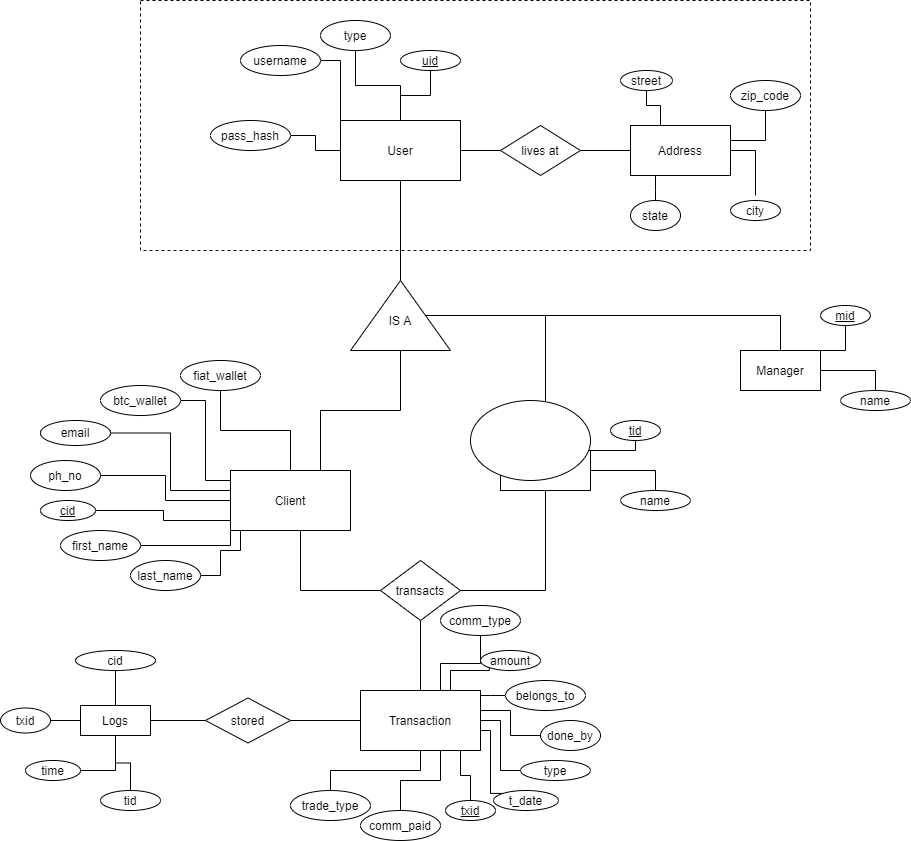
The draw.io diagram BitcoinER.drawio.png in deepgosalia1/rbts, before a commit. Source tidied: cells renumbered, new cells last; positions are measured from the earlier drawing's top-left corner, leaving out a move shared by most shapes.
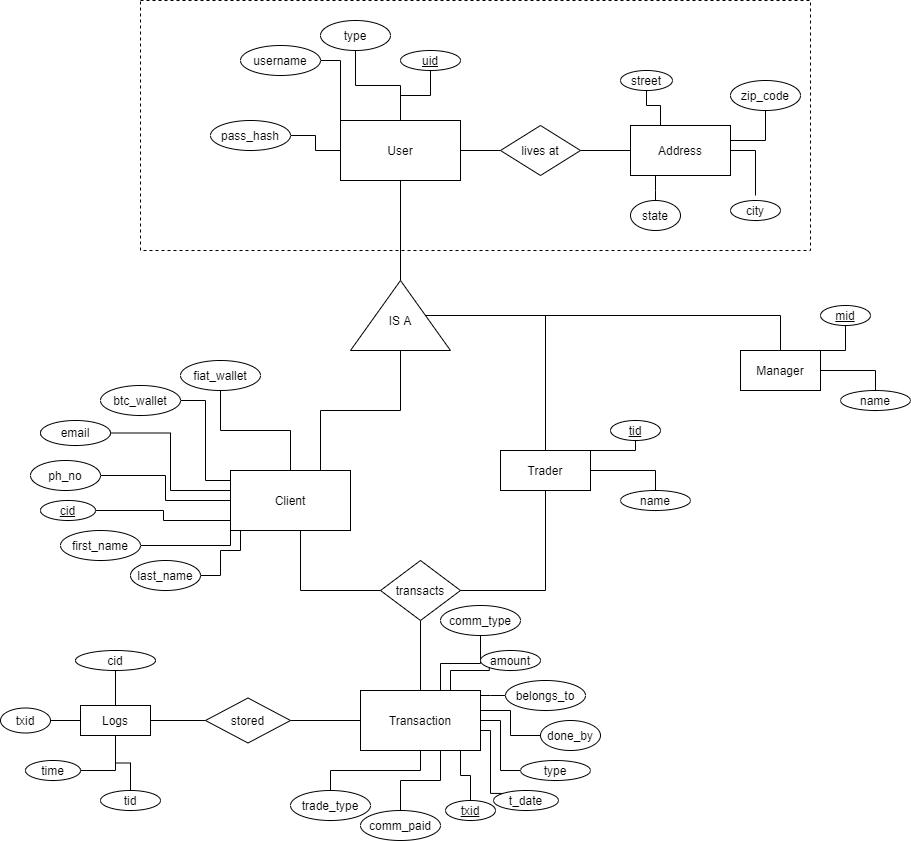
The same diagram one commit later.

Change to the diagram source:
```diff
@@ -366,9 +366,6 @@
     <mxCell id="86" value="time" style="ellipse;whiteSpace=wrap;html=1;fillColor=default;" parent="1" vertex="1">
       <mxGeometry x="25" y="760" width="55" height="20" as="geometry" />
     </mxCell>
-    <mxCell id="87" style="ellipse;whiteSpace=wrap;html=1;fillColor=default;" parent="1" vertex="1">
-      <mxGeometry x="470" y="400" width="120" height="80" as="geometry" />
-    </mxCell>
     <mxCell id="88" value="state" style="ellipse;whiteSpace=wrap;html=1;fillColor=default;" parent="1" vertex="1">
       <mxGeometry x="630" y="200" width="50" height="30" as="geometry" />
     </mxCell>
```
